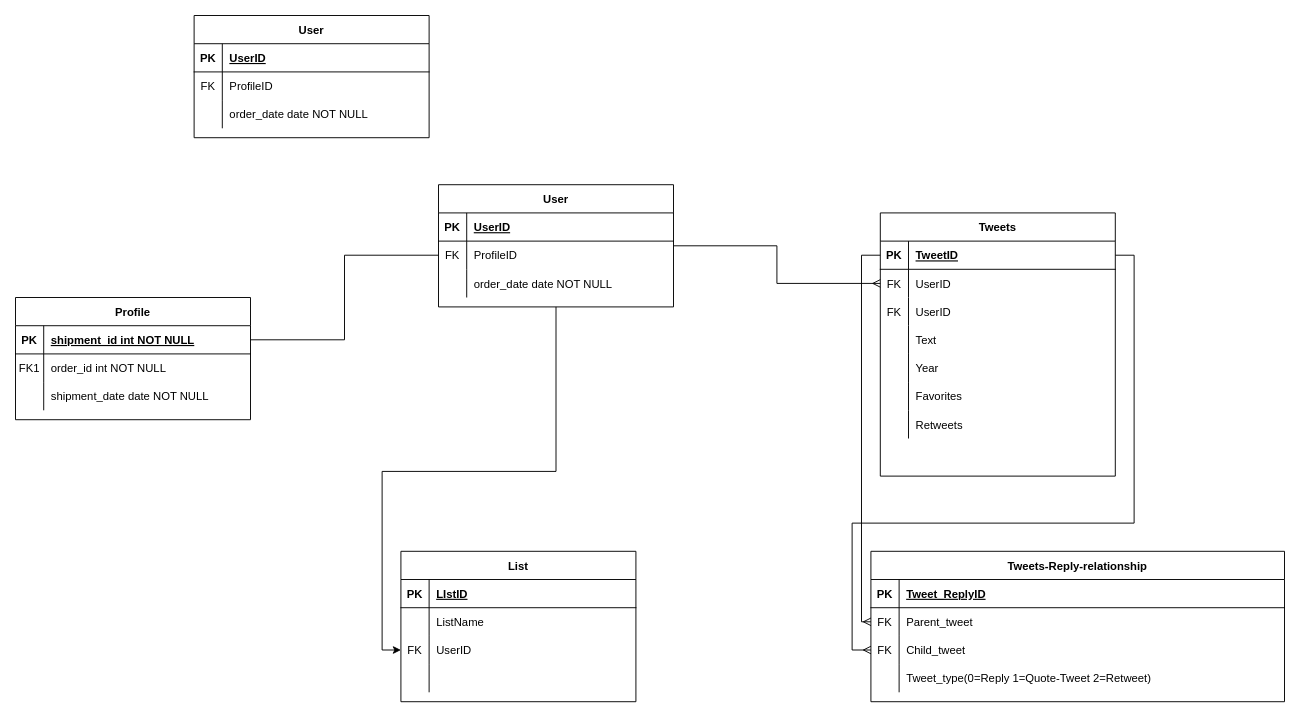
Before: 名称未設定ファイル.drawio in kutimiti1234/git_it, a draw.io diagram. Source tidied: cells renumbered, new cells numbered last; positions are measured from the earlier drawing's top-left corner, leaving out a move shared by most shapes. Both pictures are drawn from the tidied source at 94%, with x=0, y=0 at pixel (15, 15).
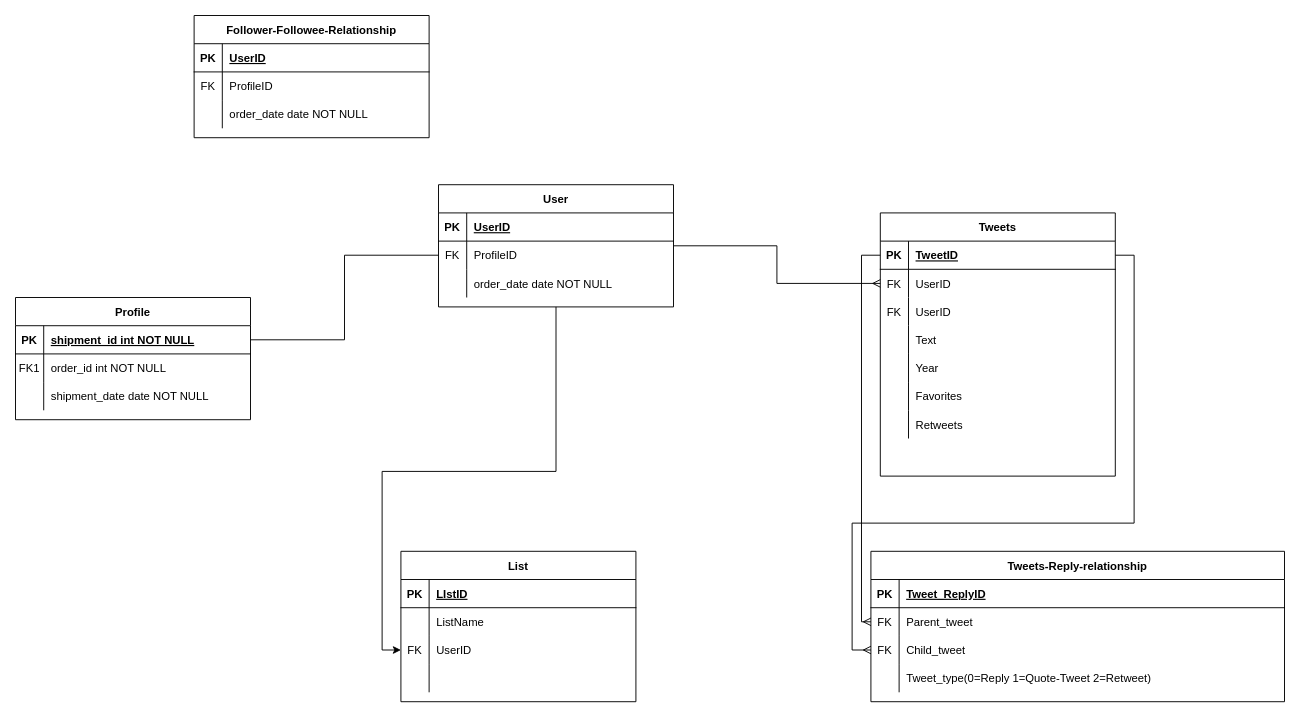
After the change.

Commit message:
Twitter_practice

What changed in the source:
```diff
@@
-    <mxCell id="75" value="User" style="shape=table;startSize=30;childLayout=tableLayout;rowLines=0;fontStyle=1;align=center;" parent="1" vertex="1">
+    <mxCell id="75" value="Follower-Followee-Relationship" style="shape=table;startSize=30;childLayout=tableLayout;rowLines=0;fontStyle=1;align=center;" parent="1" vertex="1">
       <mxGeometry x="190" width="250" height="130" as="geometry" />
     </mxCell>
```
